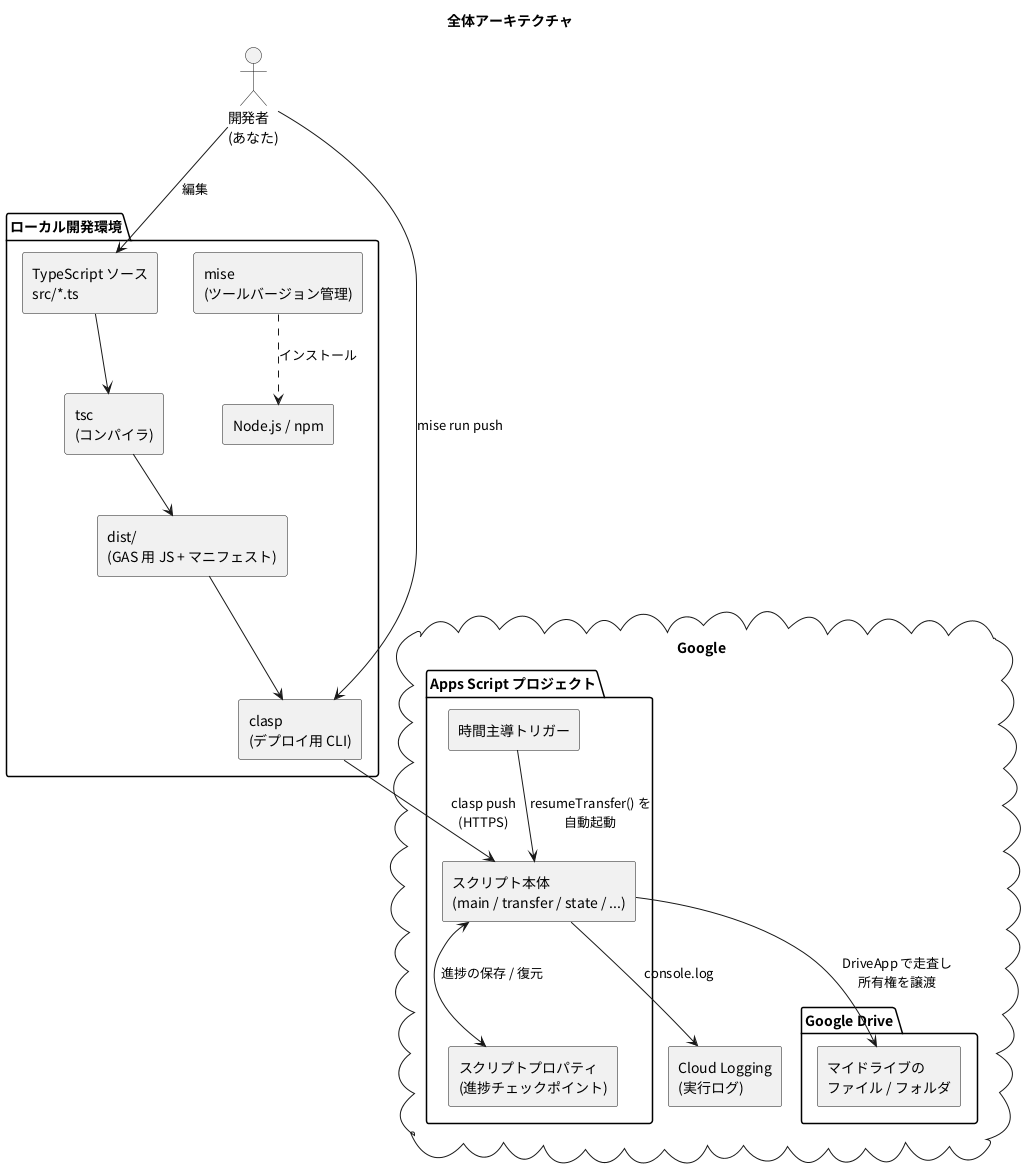
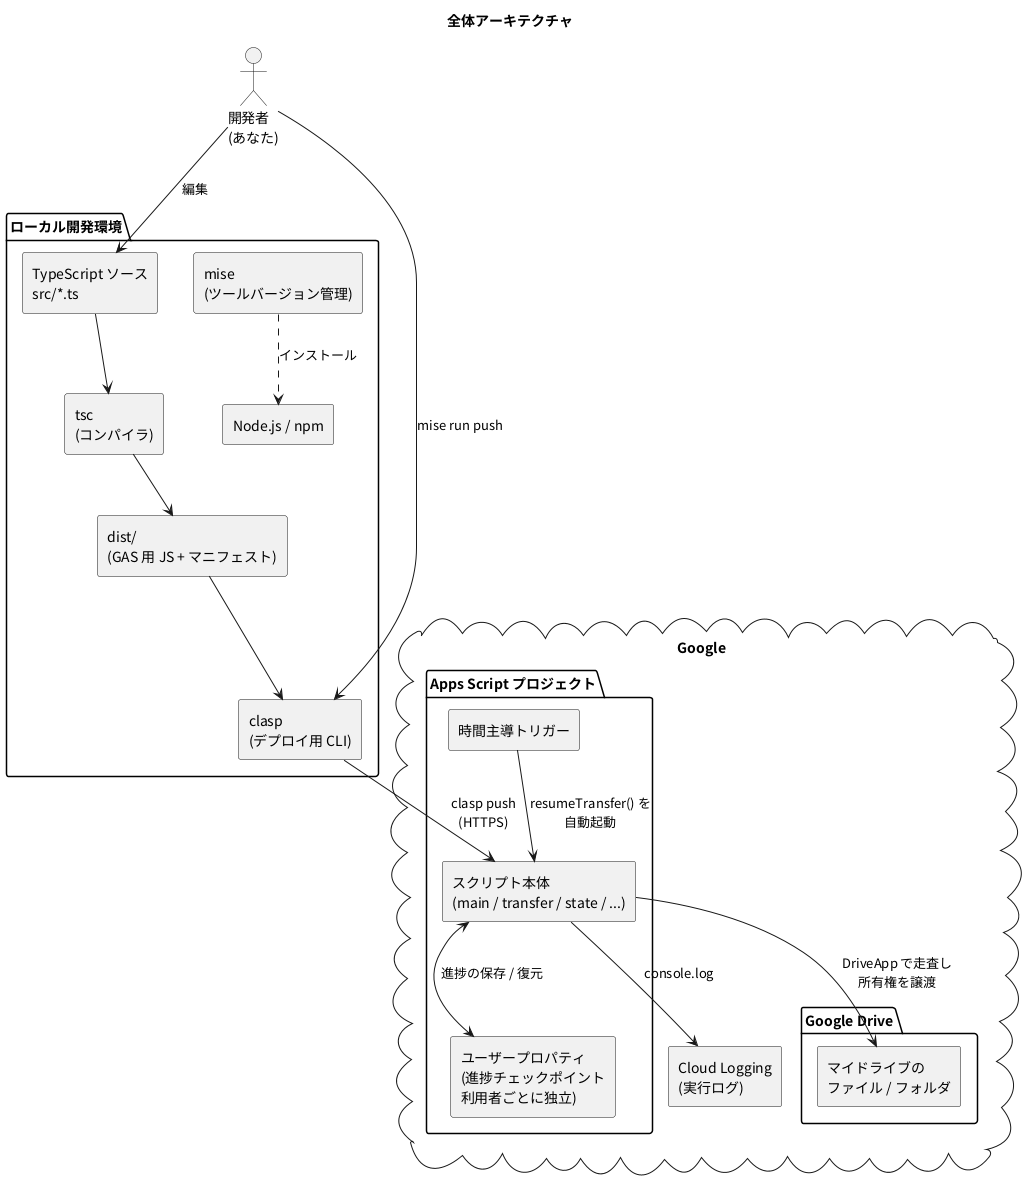
@startuml 01_architecture
title 全体アーキテクチャ
skinparam defaultFontName "Noto Sans CJK JP"
skinparam shadowing false
skinparam componentStyle rectangle

actor "開発者\n(あなた)" as dev

package "ローカル開発環境" {
  component "mise\n(ツールバージョン管理)" as mise
  component "Node.js / npm" as node
  component "TypeScript ソース\nsrc/*.ts" as src
  component "tsc\n(コンパイラ)" as tsc
  component "dist/\n(GAS 用 JS + マニフェスト)" as dist
  component "clasp\n(デプロイ用 CLI)" as clasp

  mise ..> node : インストール
  src --> tsc
  tsc --> dist
  dist --> clasp
}

cloud "Google" {
  package "Apps Script プロジェクト" {
    component "スクリプト本体\n(main / transfer / state / ...)" as gas
    component "時間主導トリガー" as trigger
-     component "スクリプトプロパティ\n(進捗チェックポイント)" as props
+     component "ユーザープロパティ\n(進捗チェックポイント\n利用者ごとに独立)" as props
  }
  component "Cloud Logging\n(実行ログ)" as logging
  package "Google Drive" {
    component "マイドライブの\nファイル / フォルダ" as drive
  }
}

dev --> src : 編集
dev --> clasp : mise run push
clasp --> gas : clasp push\n(HTTPS)
gas --> drive : DriveApp で走査し\n所有権を譲渡
gas <--> props : 進捗の保存 / 復元
trigger --> gas : resumeTransfer() を\n自動起動
gas --> logging : console.log
@enduml
